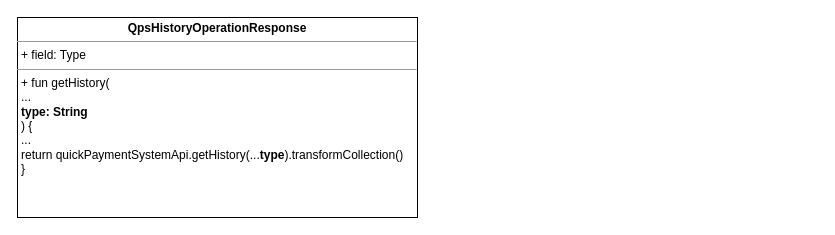
Above: UNI-14929.drawio in ShiryaevNikolay/diagrams (draw.io), before the change. Source tidied: cells renumbered, new cells numbered last; positions are measured from the earlier drawing's top-left corner, leaving out a move shared by most shapes. Both pictures are drawn from the tidied source at 100%, with x=0, y=0 at pixel (17, 17).
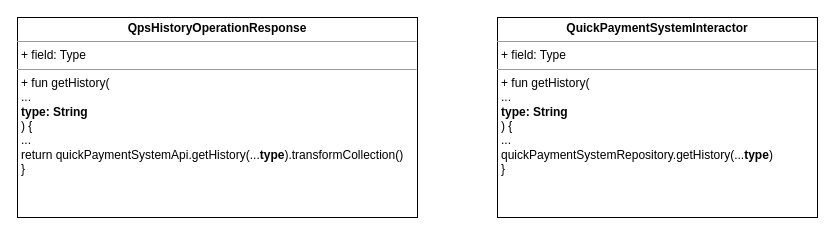
Above is the later version.

Change to the diagram source:
```diff
@@
 <mxGraphModel>
   <root>
     <mxCell id="0" />
     <mxCell id="1" parent="0" />
     <mxCell id="2" value="&lt;p style=&quot;margin: 0px ; margin-top: 4px ; text-align: center&quot;&gt;&lt;b&gt;QpsHistoryOperationResponse&lt;/b&gt;&lt;/p&gt;&lt;hr size=&quot;1&quot;&gt;&lt;p style=&quot;margin: 0px ; margin-left: 4px&quot;&gt;+ field: Type&lt;/p&gt;&lt;hr size=&quot;1&quot;&gt;&lt;p style=&quot;margin: 0px ; margin-left: 4px&quot;&gt;+ fun getHistory(&lt;/p&gt;&lt;p style=&quot;margin: 0px ; margin-left: 4px&quot;&gt;...&lt;/p&gt;&lt;p style=&quot;margin: 0px ; margin-left: 4px&quot;&gt;&lt;b&gt;type: String&lt;/b&gt;&lt;br&gt;&lt;/p&gt;&lt;p style=&quot;margin: 0px ; margin-left: 4px&quot;&gt;) {&lt;/p&gt;&lt;p style=&quot;margin: 0px ; margin-left: 4px&quot;&gt;...&lt;/p&gt;&lt;p style=&quot;margin: 0px ; margin-left: 4px&quot;&gt;return quickPaymentSystemApi.getHistory(...&lt;b&gt;type&lt;/b&gt;).transformCollection()&lt;br&gt;&lt;/p&gt;&lt;p style=&quot;margin: 0px ; margin-left: 4px&quot;&gt;}&lt;br&gt;&lt;/p&gt;" style="verticalAlign=top;align=left;overflow=fill;fontSize=12;fontFamily=Helvetica;html=1;" parent="1" vertex="1">
       <mxGeometry width="400" height="200" as="geometry" />
     </mxCell>
+    <mxCell id="3" value="&lt;p style=&quot;margin: 0px ; margin-top: 4px ; text-align: center&quot;&gt;&lt;b&gt;QuickPaymentSystemInteractor&lt;/b&gt;&lt;/p&gt;&lt;hr size=&quot;1&quot;&gt;&lt;p style=&quot;margin: 0px ; margin-left: 4px&quot;&gt;+ field: Type&lt;/p&gt;&lt;hr size=&quot;1&quot;&gt;&lt;p style=&quot;margin: 0px ; margin-left: 4px&quot;&gt;+ fun getHistory(&lt;/p&gt;&lt;p style=&quot;margin: 0px ; margin-left: 4px&quot;&gt;...&lt;/p&gt;&lt;p style=&quot;margin: 0px ; margin-left: 4px&quot;&gt;&lt;b&gt;type: String&lt;/b&gt;&lt;br&gt;&lt;/p&gt;&lt;p style=&quot;margin: 0px ; margin-left: 4px&quot;&gt;) {&lt;/p&gt;&lt;p style=&quot;margin: 0px ; margin-left: 4px&quot;&gt;...&lt;/p&gt;&lt;p style=&quot;margin: 0px ; margin-left: 4px&quot;&gt;quickPaymentSystemRepository.getHistory(...&lt;b&gt;type&lt;/b&gt;)&lt;br&gt;&lt;/p&gt;&lt;p style=&quot;margin: 0px ; margin-left: 4px&quot;&gt;}&lt;br&gt;&lt;/p&gt;" style="verticalAlign=top;align=left;overflow=fill;fontSize=12;fontFamily=Helvetica;html=1;" parent="1" vertex="1">
+      <mxGeometry x="480" width="320" height="200" as="geometry" />
+    </mxCell>
   </root>
 </mxGraphModel>
```
